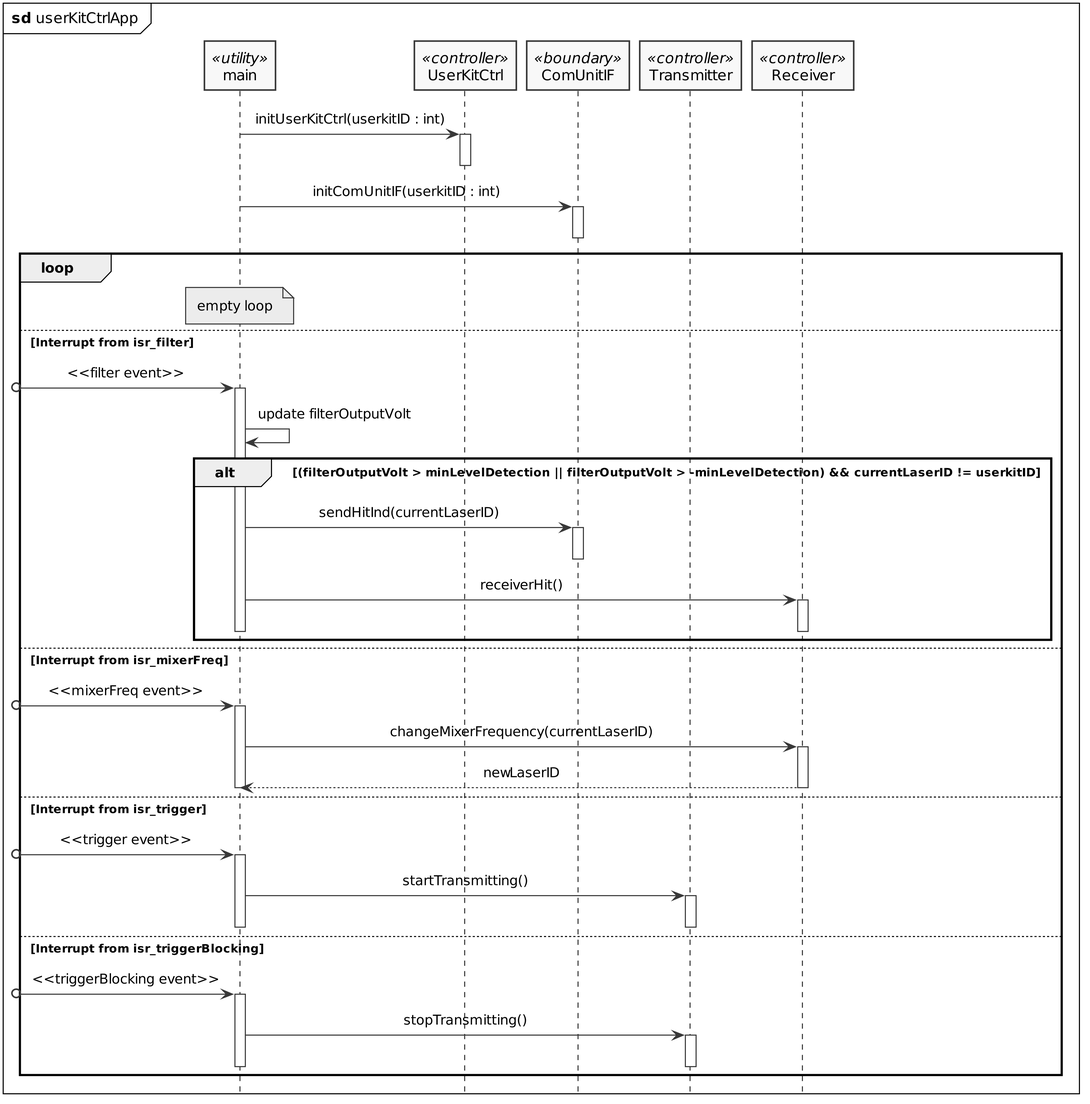
The PlantUML diagram PlantUML/out/userKitCtrlApp_sd.png in LasseKrarup/Laser-Tag-Project, before a commit.
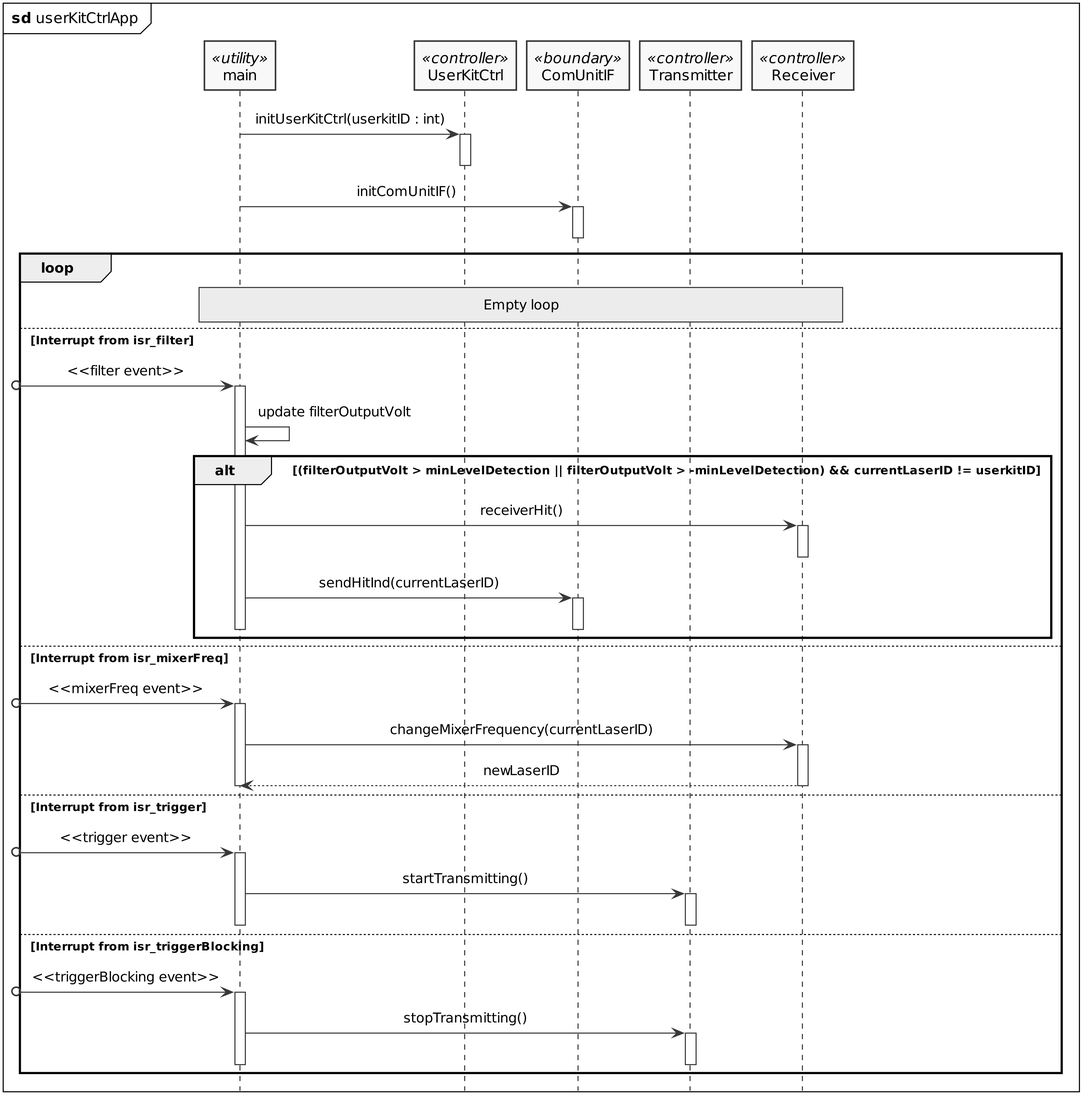
The same diagram one commit later.

The edit, as a diff of the source:
```diff
@@ -21,12 +21,11 @@
 
 main -> UserKitCtrl++: initUserKitCtrl(userkitID : int)
 deactivate UserKitCtrl
-main -> ComUnitIF++: initComUnitIF(userkitID : int)
+main -> ComUnitIF++: initComUnitIF()
 deactivate ComUnitIF
 
 loop
-
-    note over main : empty loop
+    rnote over main, Receiver : Empty loop
 
     else Interrupt from isr_filter
     [o-> main: <<filter event>>
@@ -35,10 +34,10 @@
     main -> main: update filterOutputVolt
 
     alt (filterOutputVolt > minLevelDetection || filterOutputVolt > -minLevelDetection) && currentLaserID != userkitID
+        main -> Receiver++: receiverHit()
+        deactivate Receiver
         main -> ComUnitIF++: sendHitInd(currentLaserID)
         deactivate ComUnitIF
-        main -> Receiver++: receiverHit()
-        deactivate Receiver
         deactivate main
     end
 
@@ -64,7 +63,6 @@
     main -> Transmitter++: stopTransmitting()
     deactivate Transmitter
     deactivate main
-
 end
 
 @enduml
```
